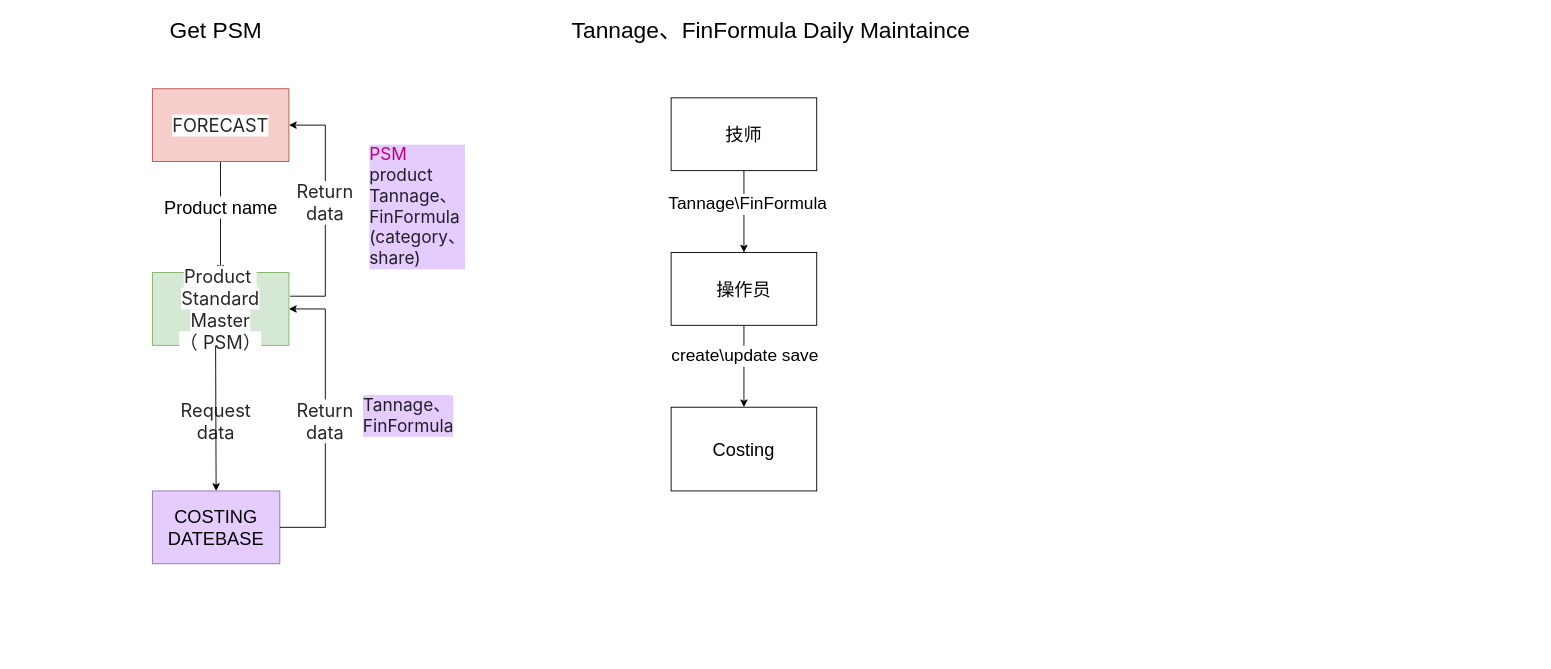
Earlier version of the draw.io diagram page "V2.4" (7 of 8) of framework.drawio (Jbmlier/framework). Source tidied: cells renumbered, new cells numbered last; positions are measured from the earlier drawing's top-left corner, leaving out a move shared by most shapes. Both pictures are drawn from the tidied source at 91%, with x=0, y=0 at pixel (15, 15).
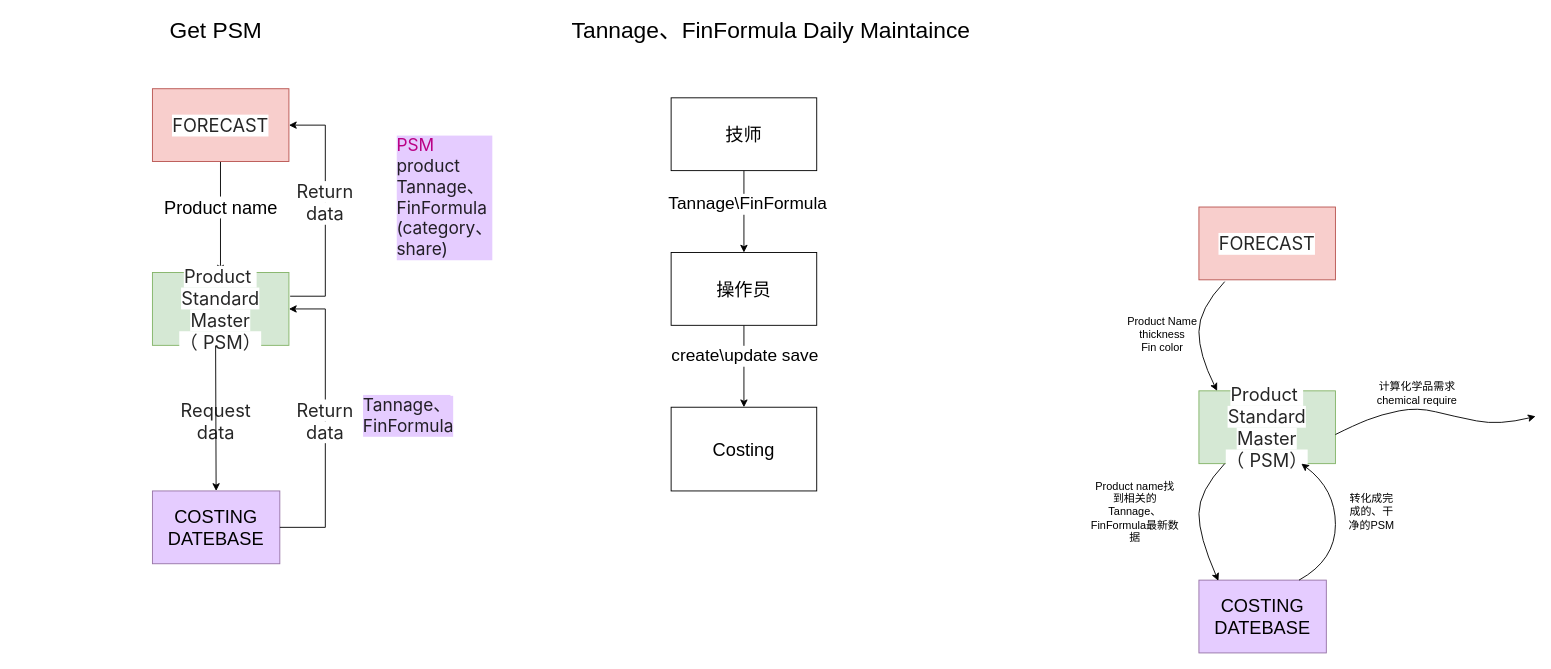
The same page after the edit.

The edit, as a diff of the source:
```diff
@@
     <mxCell id="7" value="&lt;div style=&quot;text-align: start;&quot;&gt;&lt;font color=&quot;rgba(0, 0, 0, 0.85)&quot; face=&quot;Inter, -apple-system, BlinkMacSystemFont, Segoe UI, SF Pro SC, SF Pro Display, SF Pro Icons, PingFang SC, Hiragino Sans GB, Microsoft YaHei, Helvetica Neue, Helvetica, Arial, sans-serif&quot;&gt;&lt;span style=&quot;text-wrap-mode: wrap;&quot;&gt;PSM&lt;/span&gt;&lt;/font&gt;&lt;/div&gt;&lt;div style=&quot;text-align: start;&quot;&gt;&lt;span style=&quot;text-wrap-mode: wrap; color: light-dark(rgba(0, 0, 0, 0.85), rgb(237, 237, 237)); font-family: Inter, -apple-system, BlinkMacSystemFont, &amp;quot;Segoe UI&amp;quot;, &amp;quot;SF Pro SC&amp;quot;, &amp;quot;SF Pro Display&amp;quot;, &amp;quot;SF Pro Icons&amp;quot;, &amp;quot;PingFang SC&amp;quot;, &amp;quot;Hiragino Sans GB&amp;quot;, &amp;quot;Microsoft YaHei&amp;quot;, &amp;quot;Helvetica Neue&amp;quot;, Helvetica, Arial, sans-serif;&quot;&gt;product&lt;/span&gt;&lt;/div&gt;&lt;div style=&quot;text-align: start;&quot;&gt;&lt;span style=&quot;text-wrap-mode: wrap; color: light-dark(rgba(0, 0, 0, 0.85), rgb(237, 237, 237)); font-family: Inter, -apple-system, BlinkMacSystemFont, &amp;quot;Segoe UI&amp;quot;, &amp;quot;SF Pro SC&amp;quot;, &amp;quot;SF Pro Display&amp;quot;, &amp;quot;SF Pro Icons&amp;quot;, &amp;quot;PingFang SC&amp;quot;, &amp;quot;Hiragino Sans GB&amp;quot;, &amp;quot;Microsoft YaHei&amp;quot;, &amp;quot;Helvetica Neue&amp;quot;, Helvetica, Arial, sans-serif;&quot;&gt;Tannage、&lt;/span&gt;&lt;/div&gt;&lt;div style=&quot;text-align: start;&quot;&gt;&lt;span style=&quot;text-wrap-mode: wrap; color: light-dark(rgba(0, 0, 0, 0.85), rgb(237, 237, 237)); font-family: Inter, -apple-system, BlinkMacSystemFont, &amp;quot;Segoe UI&amp;quot;, &amp;quot;SF Pro SC&amp;quot;, &amp;quot;SF Pro Display&amp;quot;, &amp;quot;SF Pro Icons&amp;quot;, &amp;quot;PingFang SC&amp;quot;, &amp;quot;Hiragino Sans GB&amp;quot;, &amp;quot;Microsoft YaHei&amp;quot;, &amp;quot;Helvetica Neue&amp;quot;, Helvetica, Arial, sans-serif;&quot;&gt;FinFormula&lt;/span&gt;&lt;/div&gt;&lt;div style=&quot;text-align: start;&quot;&gt;&lt;span style=&quot;text-wrap-mode: wrap; color: light-dark(rgba(0, 0, 0, 0.85), rgb(237, 237, 237)); font-family: Inter, -apple-system, BlinkMacSystemFont, &amp;quot;Segoe UI&amp;quot;, &amp;quot;SF Pro SC&amp;quot;, &amp;quot;SF Pro Display&amp;quot;, &amp;quot;SF Pro Icons&amp;quot;, &amp;quot;PingFang SC&amp;quot;, &amp;quot;Hiragino Sans GB&amp;quot;, &amp;quot;Microsoft YaHei&amp;quot;, &amp;quot;Helvetica Neue&amp;quot;, Helvetica, Arial, sans-serif;&quot;&gt;(category、share)&lt;/span&gt;&lt;/div&gt;" style="edgeLabel;html=1;align=center;verticalAlign=middle;fontStyle=0;fontSize=19;labelBackgroundColor=light-dark(#e5ccff, #1f2f1e);" parent="1" vertex="1">
-      <mxGeometry x="750" y="120" as="geometry">
+      <mxGeometry x="780" y="110" as="geometry">
         <mxPoint x="-310" y="89" as="offset" />
       </mxGeometry>
     </mxCell>
@@
+    <mxCell id="24" value="&lt;span style=&quot;color: rgba(0, 0, 0, 0.85); font-family: Inter, -apple-system, BlinkMacSystemFont, &amp;quot;Segoe UI&amp;quot;, &amp;quot;SF Pro SC&amp;quot;, &amp;quot;SF Pro Display&amp;quot;, &amp;quot;SF Pro Icons&amp;quot;, &amp;quot;PingFang SC&amp;quot;, &amp;quot;Hiragino Sans GB&amp;quot;, &amp;quot;Microsoft YaHei&amp;quot;, &amp;quot;Helvetica Neue&amp;quot;, Helvetica, Arial, sans-serif; text-align: start; background-color: rgb(255, 255, 255);&quot;&gt;FORECAST&lt;/span&gt;" style="rounded=0;whiteSpace=wrap;html=1;fillColor=#f8cecc;strokeColor=#b85450;fontSize=20;" parent="1" vertex="1">
+      <mxGeometry x="1300" y="210" width="150" height="80" as="geometry" />
+    </mxCell>
+    <mxCell id="25" value="&lt;span style=&quot;color: rgba(0, 0, 0, 0.85); font-family: Inter, -apple-system, BlinkMacSystemFont, &amp;quot;Segoe UI&amp;quot;, &amp;quot;SF Pro SC&amp;quot;, &amp;quot;SF Pro Display&amp;quot;, &amp;quot;SF Pro Icons&amp;quot;, &amp;quot;PingFang SC&amp;quot;, &amp;quot;Hiragino Sans GB&amp;quot;, &amp;quot;Microsoft YaHei&amp;quot;, &amp;quot;Helvetica Neue&amp;quot;, Helvetica, Arial, sans-serif; text-align: start; background-color: light-dark(#ffffff, var(--ge-dark-color, #121212));&quot;&gt;Product&amp;nbsp;&lt;/span&gt;&lt;div&gt;&lt;span style=&quot;color: rgba(0, 0, 0, 0.85); font-family: Inter, -apple-system, BlinkMacSystemFont, &amp;quot;Segoe UI&amp;quot;, &amp;quot;SF Pro SC&amp;quot;, &amp;quot;SF Pro Display&amp;quot;, &amp;quot;SF Pro Icons&amp;quot;, &amp;quot;PingFang SC&amp;quot;, &amp;quot;Hiragino Sans GB&amp;quot;, &amp;quot;Microsoft YaHei&amp;quot;, &amp;quot;Helvetica Neue&amp;quot;, Helvetica, Arial, sans-serif; text-align: start; background-color: light-dark(#ffffff, var(--ge-dark-color, #121212));&quot;&gt;Standard Master&lt;/span&gt;&lt;div&gt;&lt;span style=&quot;color: rgba(0, 0, 0, 0.85); font-family: Inter, -apple-system, BlinkMacSystemFont, &amp;quot;Segoe UI&amp;quot;, &amp;quot;SF Pro SC&amp;quot;, &amp;quot;SF Pro Display&amp;quot;, &amp;quot;SF Pro Icons&amp;quot;, &amp;quot;PingFang SC&amp;quot;, &amp;quot;Hiragino Sans GB&amp;quot;, &amp;quot;Microsoft YaHei&amp;quot;, &amp;quot;Helvetica Neue&amp;quot;, Helvetica, Arial, sans-serif; text-align: start; background-color: light-dark(#ffffff, var(--ge-dark-color, #121212));&quot;&gt;（ PSM）&lt;/span&gt;&lt;/div&gt;&lt;/div&gt;" style="rounded=0;whiteSpace=wrap;html=1;fillColor=#d5e8d4;strokeColor=#82b366;fontSize=20;" parent="1" vertex="1">
+      <mxGeometry x="1300" y="412" width="150" height="80" as="geometry" />
+    </mxCell>
+    <mxCell id="26" value="COSTING DATEBASE" style="rounded=0;whiteSpace=wrap;html=1;fillColor=light-dark(#e5ccff, #392f3f);strokeColor=#9673a6;fontSize=20;" parent="1" vertex="1">
+      <mxGeometry x="1300" y="620" width="140" height="80" as="geometry" />
+    </mxCell>
+    <mxCell id="27" style="curved=1;endArrow=classic;html=1;rounded=0;" parent="1" edge="1">
+      <mxGeometry x="0.89" y="-39" relative="1" as="geometry">
+        <mxPoint x="1450" y="460" as="sourcePoint" />
+        <mxPoint x="1670" y="440" as="targetPoint" />
+        <Array as="points">
+          <mxPoint x="1470" y="450" />
+          <mxPoint x="1500" y="438" />
+          <mxPoint x="1540" y="430" />
+          <mxPoint x="1580" y="440" />
+          <mxPoint x="1630" y="450" />
+        </Array>
+      </mxGeometry>
+    </mxCell>
+    <mxCell id="28" style="curved=1;endArrow=classic;html=1;rounded=0;" parent="1" edge="1">
+      <mxGeometry relative="1" as="geometry">
+        <mxPoint x="1328.3" y="292" as="sourcePoint" />
+        <mxPoint x="1320" y="412" as="targetPoint" />
+        <Array as="points">
+          <mxPoint x="1300" y="322" />
+          <mxPoint x="1300" y="372" />
+        </Array>
+      </mxGeometry>
+    </mxCell>
+    <mxCell id="29" style="curved=1;endArrow=classic;html=1;rounded=0;entryX=0.153;entryY=0.01;entryDx=0;entryDy=0;entryPerimeter=0;" parent="1" edge="1" target="26">
+      <mxGeometry relative="1" as="geometry">
+        <mxPoint x="1328.3" y="492" as="sourcePoint" />
+        <Array as="points">
+          <mxPoint x="1300" y="522" />
+          <mxPoint x="1300" y="572" />
+        </Array>
+      </mxGeometry>
+    </mxCell>
+    <mxCell id="30" style="curved=1;endArrow=classic;html=1;rounded=0;entryX=0.75;entryY=1;entryDx=0;entryDy=0;" parent="1" edge="1" target="25">
+      <mxGeometry relative="1" as="geometry">
+        <mxPoint x="1410" y="620" as="sourcePoint" />
+        <Array as="points">
+          <mxPoint x="1450" y="598" />
+          <mxPoint x="1450" y="520" />
+        </Array>
+      </mxGeometry>
+    </mxCell>
+    <mxCell id="31" value="Product Name&lt;div&gt;thickness&lt;/div&gt;&lt;div&gt;Fin color&lt;/div&gt;" style="text;html=1;align=center;verticalAlign=middle;whiteSpace=wrap;rounded=0;" parent="1" vertex="1">
+      <mxGeometry x="1210" y="335" width="100" height="30" as="geometry" />
+    </mxCell>
+    <mxCell id="32" value="Product name找到相关的Tannage、FinFormula最新数据" style="text;html=1;align=center;verticalAlign=middle;whiteSpace=wrap;rounded=0;" parent="1" vertex="1">
+      <mxGeometry x="1180" y="530" width="100" height="30" as="geometry" />
+    </mxCell>
+    <mxCell id="33" value="转化成完成的、干净的PSM" style="text;html=1;align=center;verticalAlign=middle;whiteSpace=wrap;rounded=0;" parent="1" vertex="1">
+      <mxGeometry x="1460" y="530" width="60" height="30" as="geometry" />
+    </mxCell>
+    <mxCell id="34" value="计算化学品需求chemical require" style="text;html=1;align=center;verticalAlign=middle;whiteSpace=wrap;rounded=0;" parent="1" vertex="1">
+      <mxGeometry x="1480" y="400" width="120" height="30" as="geometry" />
+    </mxCell>
```
